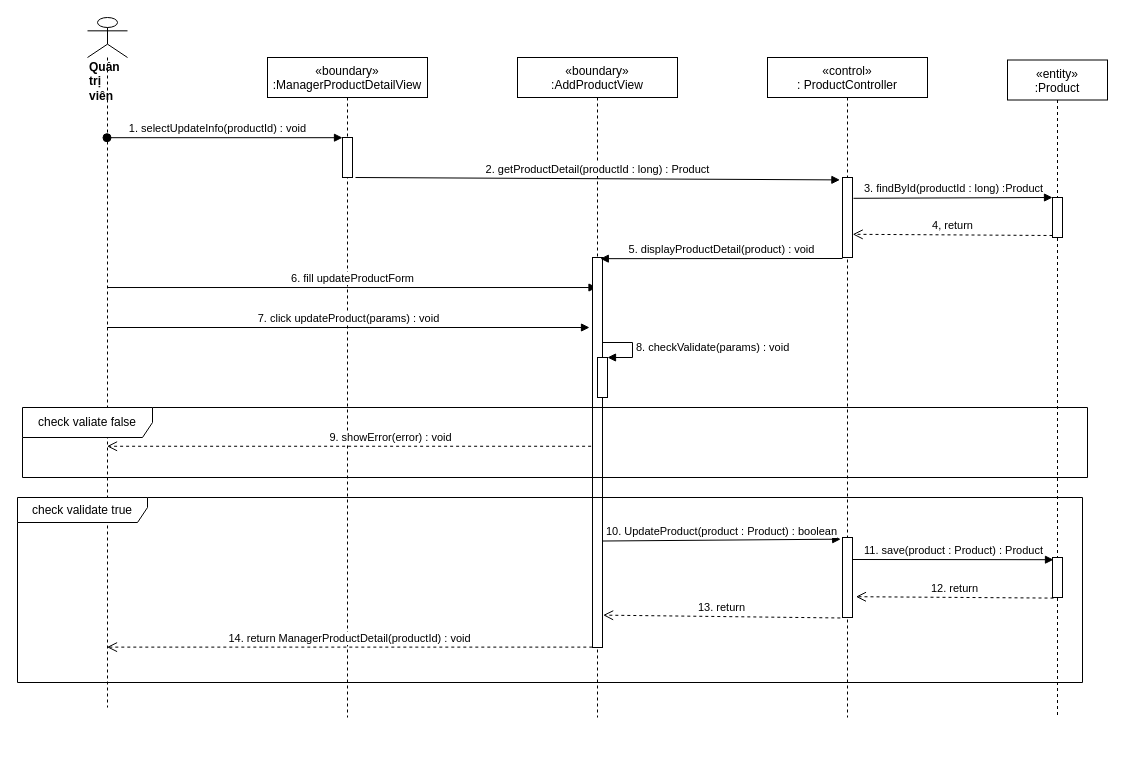
Earlier version of the draw.io diagram sequence diagram/update-oldProduct-manager-sequence.drawio (nguyenphamvan/datn_20202). Source tidied: cells renumbered, new cells numbered last; positions are measured from the earlier drawing's top-left corner, leaving out a move shared by most shapes. Both pictures are drawn from the tidied source at 100%, with x=0, y=0 at pixel (17, 17).
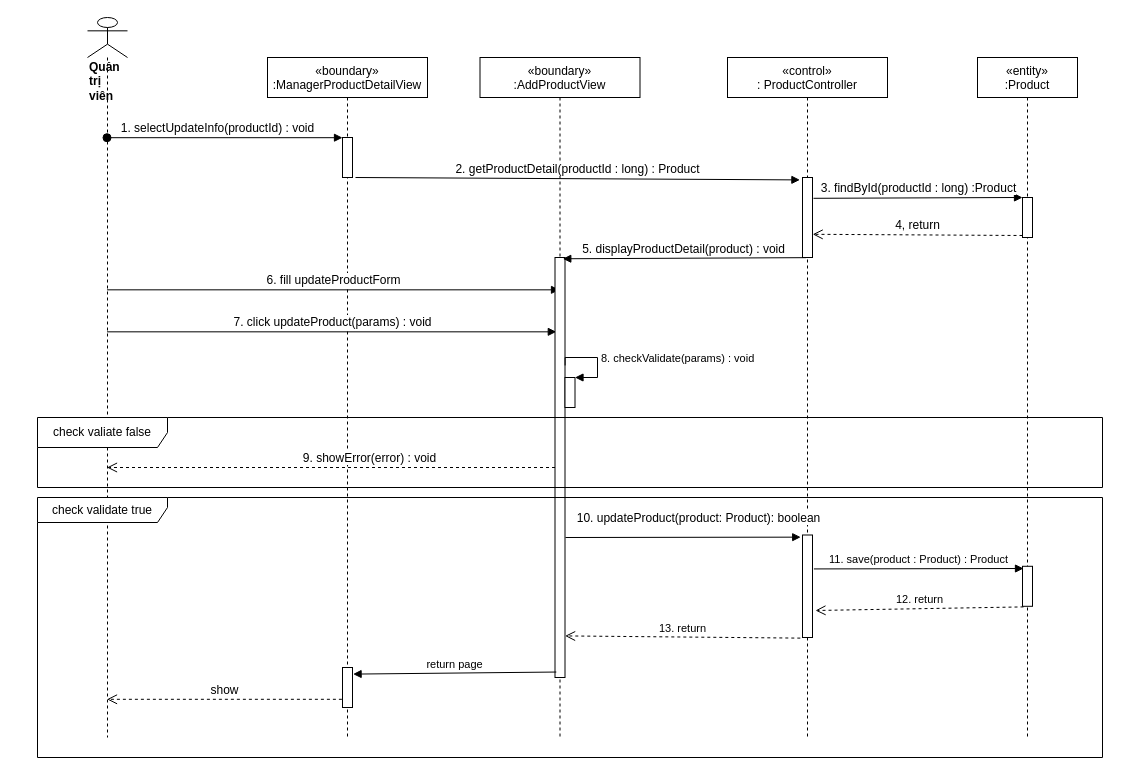
The same page after the edit.

Unchanged cells that the change refers to:
```xml
<mxCell id="3" style="points=[];perimeter=orthogonalPerimeter;rounded=0;shadow=0;strokeWidth=1;" parent="2" vertex="1">
  <mxGeometry x="75" y="80" width="10" height="40" as="geometry" />
</mxCell>
```

Change to the diagram source:
```diff
@@
     <mxCell id="2" value="«boundary»&#10;:ManagerProductDetailView" style="shape=umlLifeline;perimeter=lifelinePerimeter;rounded=0;shadow=0;strokeWidth=1;" parent="1" vertex="1">
-      <mxGeometry x="250" y="40" width="160" height="660" as="geometry" />
+      <mxGeometry x="250" y="40" width="160" height="680" as="geometry" />
     </mxCell>
@@
     <mxCell id="4" value="«control»&#10;: ProductController" style="shape=umlLifeline;perimeter=lifelinePerimeter;rounded=0;shadow=0;strokeWidth=1;" parent="1" vertex="1">
-      <mxGeometry x="750" y="40" width="160" height="660" as="geometry" />
+      <mxGeometry x="710" y="40" width="160" height="680" as="geometry" />
     </mxCell>
     <mxCell id="5" value="&lt;div&gt;&lt;b&gt;Quản trị viên&lt;/b&gt;&lt;/div&gt;" style="shape=umlLifeline;participant=umlActor;perimeter=lifelinePerimeter;whiteSpace=wrap;html=1;verticalAlign=top;spacingTop=36;outlineConnect=0;align=left;size=40;" parent="1" vertex="1">
-      <mxGeometry x="70" width="40" height="690" as="geometry" />
+      <mxGeometry x="70" width="40" height="720" as="geometry" />
     </mxCell>
-    <mxCell id="6" value="1. selectUpdateInfo(productId) : void" style="verticalAlign=bottom;startArrow=oval;endArrow=block;startSize=8;shadow=0;strokeWidth=1;entryX=0;entryY=0.005;entryDx=0;entryDy=0;entryPerimeter=0;" parent="1" edge="1" source="5" target="3">
+    <mxCell id="6" value="1. selectUpdateInfo(productId) : void" style="verticalAlign=bottom;startArrow=oval;endArrow=block;startSize=8;shadow=0;strokeWidth=1;entryX=0;entryY=0.005;entryDx=0;entryDy=0;entryPerimeter=0;fontSize=12;" parent="1" edge="1" source="5" target="3">
       <mxGeometry x="-0.06" relative="1" as="geometry" />
     </mxCell>
     <mxCell id="7" value="«entity»&#10;:Product" style="shape=umlLifeline;perimeter=lifelinePerimeter;rounded=0;shadow=0;strokeWidth=1;" parent="1" vertex="1">
-      <mxGeometry x="990" y="42.5" width="100" height="657.5" as="geometry" />
+      <mxGeometry x="960" y="40" width="100" height="680" as="geometry" />
     </mxCell>
     <mxCell id="8" style="points=[];perimeter=orthogonalPerimeter;rounded=0;shadow=0;strokeWidth=1;" parent="7" vertex="1">
-      <mxGeometry x="45" y="497.5" width="10" height="40" as="geometry" />
+      <mxGeometry x="45" y="508.8" width="10" height="40" as="geometry" />
     </mxCell>
-    <mxCell id="9" value="11. save(product : Product) : Product" style="html=1;verticalAlign=bottom;endArrow=block;entryX=0.1;entryY=0.055;entryDx=0;entryDy=0;entryPerimeter=0;" parent="1" edge="1" target="8">
-      <mxGeometry relative="1" as="geometry">
-        <mxPoint x="835" y="542" as="sourcePoint" />
-      </mxGeometry>
+    <mxCell id="9" value="11. save(product : Product) : Product" style="html=1;verticalAlign=bottom;endArrow=block;entryX=0.1;entryY=0.055;entryDx=0;entryDy=0;entryPerimeter=0;exitX=1.14;exitY=0.331;exitDx=0;exitDy=0;exitPerimeter=0;" parent="1" edge="1" source="13" target="8">
+      <mxGeometry relative="1" as="geometry" />
     </mxCell>
-    <mxCell id="10" value="12. return" style="html=1;verticalAlign=bottom;endArrow=open;dashed=1;endSize=8;exitX=0.1;exitY=1.015;exitDx=0;exitDy=0;exitPerimeter=0;entryX=1.34;entryY=0.74;entryDx=0;entryDy=0;entryPerimeter=0;" parent="1" edge="1" source="8" target="13">
-      <mxGeometry relative="1" as="geometry" />
+    <mxCell id="10" value="12. return" style="html=1;verticalAlign=bottom;endArrow=open;dashed=1;endSize=8;exitX=0.1;exitY=1.015;exitDx=0;exitDy=0;exitPerimeter=0;" parent="1" edge="1" source="8">
+      <mxGeometry relative="1" as="geometry">
+        <mxPoint x="798" y="593" as="targetPoint" />
+      </mxGeometry>
     </mxCell>
-    <mxCell id="11" value="6. fill updateProductForm" style="html=1;verticalAlign=bottom;endArrow=block;entryX=0.45;entryY=0.077;entryDx=0;entryDy=0;entryPerimeter=0;" parent="1" edge="1" source="5" target="16">
+    <mxCell id="11" value="&lt;font style=&quot;font-size: 12px&quot;&gt;6. fill updateProductForm&lt;/font&gt;" style="html=1;verticalAlign=bottom;endArrow=block;entryX=0.45;entryY=0.077;entryDx=0;entryDy=0;entryPerimeter=0;" parent="1" edge="1" source="5" target="16">
       <mxGeometry relative="1" as="geometry" />
     </mxCell>
-    <mxCell id="12" value="7. click updateProduct(params) : void" style="html=1;verticalAlign=bottom;endArrow=block;" parent="1" edge="1" source="5">
-      <mxGeometry relative="1" as="geometry">
-        <mxPoint x="572" y="310" as="targetPoint" />
-      </mxGeometry>
+    <mxCell id="12" value="&lt;font style=&quot;font-size: 12px&quot;&gt;7. click updateProduct(params) : void&lt;/font&gt;" style="html=1;verticalAlign=bottom;endArrow=block;entryX=0.13;entryY=0.177;entryDx=0;entryDy=0;entryPerimeter=0;" parent="1" edge="1" source="5" target="16">
+      <mxGeometry relative="1" as="geometry" />
     </mxCell>
     <mxCell id="13" style="points=[];perimeter=orthogonalPerimeter;rounded=0;shadow=0;strokeWidth=1;" parent="1" vertex="1">
-      <mxGeometry x="825" y="520" width="10" height="80" as="geometry" />
+      <mxGeometry x="785" y="517.5" width="10" height="102.5" as="geometry" />
     </mxCell>
-    <mxCell id="14" value="10. UpdateProduct(product : Product) : boolean" style="html=1;verticalAlign=bottom;endArrow=block;entryX=-0.18;entryY=0.021;entryDx=0;entryDy=0;entryPerimeter=0;exitX=0.98;exitY=0.727;exitDx=0;exitDy=0;exitPerimeter=0;" parent="1" edge="1" source="16" target="13">
-      <mxGeometry relative="1" as="geometry" />
+    <mxCell id="14" value="&lt;font style=&quot;font-size: 12px&quot;&gt;10. updateProduct(product: Product): boolean&lt;/font&gt;" style="html=1;verticalAlign=bottom;endArrow=block;entryX=-0.18;entryY=0.021;entryDx=0;entryDy=0;entryPerimeter=0;" parent="1" edge="1" target="13">
+      <mxGeometry x="0.13" y="10" relative="1" as="geometry">
+        <mxPoint x="548" y="520" as="sourcePoint" />
+      </mxGeometry>
     </mxCell>
     <mxCell id="15" value="«boundary»&#10;:AddProductView" style="shape=umlLifeline;perimeter=lifelinePerimeter;rounded=0;shadow=0;strokeWidth=1;" parent="1" vertex="1">
-      <mxGeometry x="500" y="40" width="160" height="660" as="geometry" />
+      <mxGeometry x="462.5" y="40" width="160" height="680" as="geometry" />
     </mxCell>
     <mxCell id="16" style="points=[];perimeter=orthogonalPerimeter;rounded=0;shadow=0;strokeWidth=1;" parent="15" vertex="1">
-      <mxGeometry x="75" y="200" width="10" height="390" as="geometry" />
+      <mxGeometry x="75" y="200" width="10" height="420" as="geometry" />
     </mxCell>
-    <mxCell id="17" value="2. getProductDetail(productId : long) : Product" style="html=1;verticalAlign=bottom;endArrow=block;exitX=1.3;exitY=1;exitDx=0;exitDy=0;exitPerimeter=0;entryX=-0.26;entryY=0.03;entryDx=0;entryDy=0;entryPerimeter=0;" parent="1" edge="1" source="3" target="25">
+    <mxCell id="17" value="&lt;font style=&quot;font-size: 12px&quot;&gt;2. getProductDetail(productId : long) : Product&lt;/font&gt;" style="html=1;verticalAlign=bottom;endArrow=block;exitX=1.3;exitY=1;exitDx=0;exitDy=0;exitPerimeter=0;entryX=-0.26;entryY=0.03;entryDx=0;entryDy=0;entryPerimeter=0;" parent="1" edge="1" source="3" target="25">
       <mxGeometry relative="1" as="geometry" />
     </mxCell>
     <mxCell id="18" style="html=1;points=[];perimeter=orthogonalPerimeter;" parent="1" vertex="1">
-      <mxGeometry x="580" y="340" width="10" height="40" as="geometry" />
+      <mxGeometry x="547.5" y="360" width="10" height="30" as="geometry" />
     </mxCell>
-    <mxCell id="19" value="8. checkValidate(params) : void" style="edgeStyle=orthogonalEdgeStyle;html=1;align=left;spacingLeft=2;endArrow=block;rounded=0;entryX=1;entryY=0;" parent="1" edge="1" target="18">
+    <mxCell id="19" value="8. checkValidate(params) : void" style="edgeStyle=orthogonalEdgeStyle;html=1;align=left;spacingLeft=2;endArrow=block;rounded=0;entryX=1;entryY=0;exitX=1.01;exitY=0.257;exitDx=0;exitDy=0;exitPerimeter=0;" parent="1" edge="1" source="16" target="18">
       <mxGeometry relative="1" as="geometry">
-        <mxPoint x="585" y="325" as="sourcePoint" />
         <Array as="points">
-          <mxPoint x="615" y="325" />
-          <mxPoint x="615" y="340" />
+          <mxPoint x="580" y="340" />
+          <mxPoint x="580" y="360" />
         </Array>
       </mxGeometry>
     </mxCell>
-    <mxCell id="20" value="9. showError(error) : void" style="html=1;verticalAlign=bottom;endArrow=open;dashed=1;endSize=8;exitX=-0.14;exitY=0.484;exitDx=0;exitDy=0;exitPerimeter=0;" parent="1" edge="1" source="16" target="5">
+    <mxCell id="20" value="&lt;font style=&quot;font-size: 12px&quot;&gt;9. showError(error) : void&lt;/font&gt;" style="html=1;verticalAlign=bottom;endArrow=open;dashed=1;endSize=8;" parent="1" edge="1" source="16" target="5">
       <mxGeometry x="-0.17" relative="1" as="geometry" />
     </mxCell>
     <mxCell id="21" value="check valiate false" style="shape=umlFrame;whiteSpace=wrap;html=1;width=130;height=30;" parent="1" vertex="1">
-      <mxGeometry x="5" y="390" width="1065" height="70" as="geometry" />
+      <mxGeometry x="20" y="400" width="1065" height="70" as="geometry" />
     </mxCell>
-    <mxCell id="22" value="14. return ManagerProductDetail(productId) : void" style="html=1;verticalAlign=bottom;endArrow=open;dashed=1;endSize=8;exitX=-0.02;exitY=0.999;exitDx=0;exitDy=0;exitPerimeter=0;" parent="1" edge="1" source="16" target="5">
-      <mxGeometry relative="1" as="geometry" />
-    </mxCell>
-    <mxCell id="23" value="13. return" style="html=1;verticalAlign=bottom;endArrow=open;dashed=1;endSize=8;exitX=-0.22;exitY=1.006;exitDx=0;exitDy=0;exitPerimeter=0;entryX=1.06;entryY=0.917;entryDx=0;entryDy=0;entryPerimeter=0;" parent="1" edge="1" source="13" target="16">
+    <mxCell id="23" value="13. return" style="html=1;verticalAlign=bottom;endArrow=open;dashed=1;endSize=8;exitX=-0.22;exitY=1.006;exitDx=0;exitDy=0;exitPerimeter=0;entryX=1.01;entryY=0.901;entryDx=0;entryDy=0;entryPerimeter=0;" parent="1" edge="1" source="13" target="16">
       <mxGeometry relative="1" as="geometry" />
     </mxCell>
     <mxCell id="24" value="check validate true" style="shape=umlFrame;whiteSpace=wrap;html=1;width=130;height=25;" parent="1" vertex="1">
-      <mxGeometry y="480" width="1065" height="185" as="geometry" />
+      <mxGeometry x="20" y="480" width="1065" height="260" as="geometry" />
     </mxCell>
     <mxCell id="25" style="html=1;points=[];perimeter=orthogonalPerimeter;" parent="1" vertex="1">
-      <mxGeometry x="825" y="160" width="10" height="80" as="geometry" />
+      <mxGeometry x="785" y="160" width="10" height="80" as="geometry" />
     </mxCell>
     <mxCell id="26" style="html=1;points=[];perimeter=orthogonalPerimeter;" parent="1" vertex="1">
-      <mxGeometry x="1035" y="180" width="10" height="40" as="geometry" />
+      <mxGeometry x="1005" y="180" width="10" height="40" as="geometry" />
     </mxCell>
-    <mxCell id="27" value="3. findById(productId : long) :Product" style="html=1;verticalAlign=bottom;endArrow=block;entryX=0;entryY=0;exitX=1.1;exitY=0.26;exitDx=0;exitDy=0;exitPerimeter=0;" parent="1" edge="1" source="25" target="26">
+    <mxCell id="27" value="&lt;font style=&quot;font-size: 12px&quot;&gt;3. findById(productId : long) :Product&lt;/font&gt;" style="html=1;verticalAlign=bottom;endArrow=block;entryX=0;entryY=0;exitX=1.1;exitY=0.26;exitDx=0;exitDy=0;exitPerimeter=0;" parent="1" edge="1" source="25" target="26">
       <mxGeometry relative="1" as="geometry" />
     </mxCell>
-    <mxCell id="28" value="4, return" style="html=1;verticalAlign=bottom;endArrow=open;dashed=1;endSize=8;exitX=0;exitY=0.95;entryX=1.02;entryY=0.71;entryDx=0;entryDy=0;entryPerimeter=0;" parent="1" edge="1" source="26" target="25">
+    <mxCell id="28" value="&lt;font style=&quot;font-size: 12px&quot;&gt;4, return&lt;/font&gt;" style="html=1;verticalAlign=bottom;endArrow=open;dashed=1;endSize=8;exitX=0;exitY=0.95;entryX=1.02;entryY=0.71;entryDx=0;entryDy=0;entryPerimeter=0;" parent="1" edge="1" source="26" target="25">
       <mxGeometry relative="1" as="geometry" />
     </mxCell>
-    <mxCell id="29" value="5. displayProductDetail(product) : void" style="html=1;verticalAlign=bottom;endArrow=block;entryX=0.78;entryY=0.003;entryDx=0;entryDy=0;entryPerimeter=0;" parent="1" edge="1" target="16">
-      <mxGeometry relative="1" as="geometry">
-        <mxPoint x="825" y="241" as="sourcePoint" />
-      </mxGeometry>
+    <mxCell id="29" value="&lt;font style=&quot;font-size: 12px&quot;&gt;5. displayProductDetail(product) : void&lt;/font&gt;" style="html=1;verticalAlign=bottom;endArrow=block;entryX=0.78;entryY=0.003;entryDx=0;entryDy=0;entryPerimeter=0;exitX=0.34;exitY=1.002;exitDx=0;exitDy=0;exitPerimeter=0;" parent="1" edge="1" source="25" target="16">
+      <mxGeometry relative="1" as="geometry" />
     </mxCell>
+    <mxCell id="30" style="html=1;points=[];perimeter=orthogonalPerimeter;fontSize=12;" parent="1" vertex="1">
+      <mxGeometry x="325" y="650" width="10" height="40" as="geometry" />
+    </mxCell>
+    <mxCell id="31" value="&lt;span style=&quot;font-size: 11px&quot;&gt;return page&lt;/span&gt;" style="html=1;verticalAlign=bottom;endArrow=block;fontSize=12;entryX=1.06;entryY=0.165;entryDx=0;entryDy=0;entryPerimeter=0;exitX=0.13;exitY=0.987;exitDx=0;exitDy=0;exitPerimeter=0;" parent="1" edge="1" source="16" target="30">
+      <mxGeometry relative="1" as="geometry" />
+    </mxCell>
+    <mxCell id="32" value="show" style="html=1;verticalAlign=bottom;endArrow=open;dashed=1;endSize=8;fontSize=12;exitX=-0.06;exitY=0.795;exitDx=0;exitDy=0;exitPerimeter=0;" parent="1" edge="1" source="30" target="5">
+      <mxGeometry relative="1" as="geometry" />
+    </mxCell>
```
